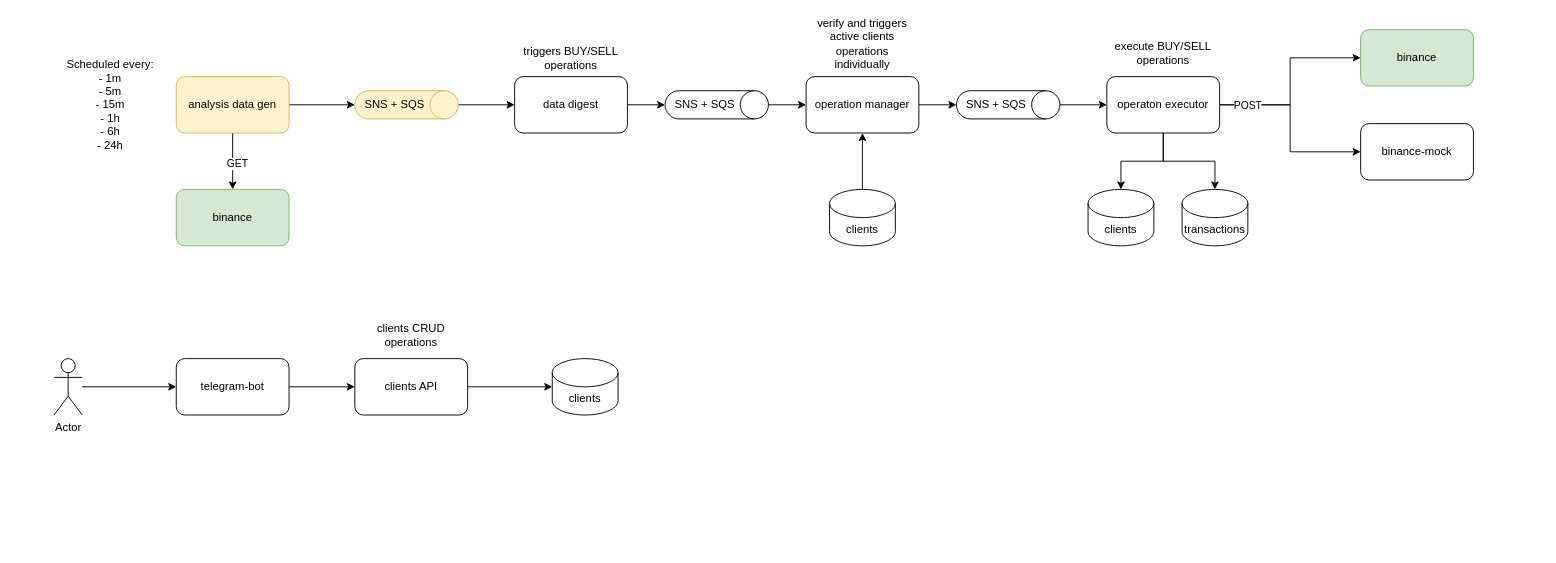
Earlier version of the draw.io diagram crypto-robot-analysis-generator.drawio (brienze1/crypto-robot-data-analysis-gen). Source tidied: cells renumbered, new cells numbered last; positions are measured from the earlier drawing's top-left corner, leaving out a move shared by most shapes. Both pictures are drawn from the tidied source at 94%, with x=0, y=0 at pixel (16, 29).
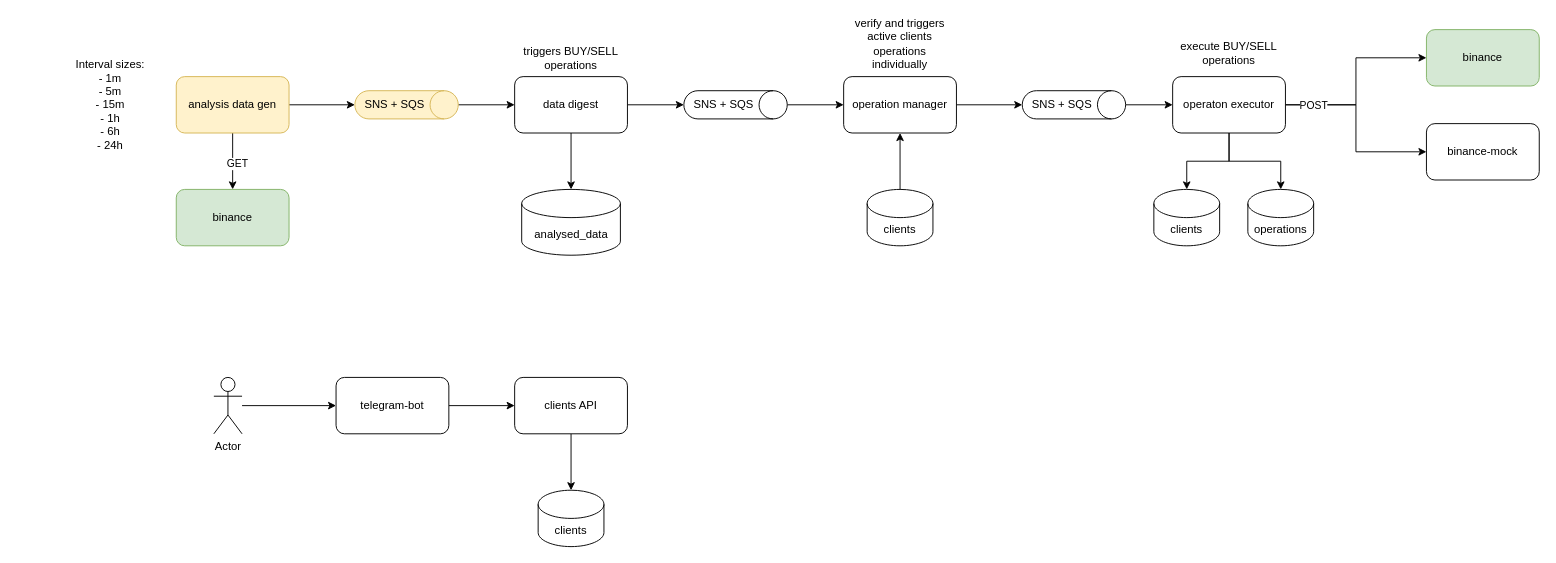
Above is the later version.

Unchanged cells that the change refers to:
```xml
<mxCell id="9" value="data digest" style="rounded=1;whiteSpace=wrap;html=1;" parent="1" vertex="1">
  <mxGeometry x="530" y="50" width="120" height="60" as="geometry" />
</mxCell>
```

Diff of the diagram source:
```diff
@@
     <mxCell id="6" value="binance" style="rounded=1;whiteSpace=wrap;html=1;fillColor=#d5e8d4;strokeColor=#82b366;" parent="1" vertex="1">
-      <mxGeometry x="1430" width="120" height="60" as="geometry" />
+      <mxGeometry x="1500" width="120" height="60" as="geometry" />
     </mxCell>
     <mxCell id="7" value="binance-mock" style="rounded=1;whiteSpace=wrap;html=1;" parent="1" vertex="1">
-      <mxGeometry x="1430" y="100" width="120" height="60" as="geometry" />
+      <mxGeometry x="1500" y="100" width="120" height="60" as="geometry" />
     </mxCell>
+    <mxCell id="41" style="edgeStyle=orthogonalEdgeStyle;rounded=0;jettySize=auto;html=1;entryX=0.5;entryY=0;entryDx=0;entryDy=0;entryPerimeter=0;" parent="1" edge="1" source="9" target="42">
+      <mxGeometry relative="1" as="geometry" />
+    </mxCell>
-    <mxCell id="8" style="edgeStyle=orthogonalEdgeStyle;rounded=0;jettySize=auto;html=1;" parent="1" edge="1" source="9" target="26">
+    <mxCell id="8" style="edgeStyle=orthogonalEdgeStyle;rounded=0;jettySize=auto;html=1;entryX=0.5;entryY=1;entryDx=0;entryDy=0;entryPerimeter=0;" parent="1" edge="1" source="9" target="26">
       <mxGeometry relative="1" as="geometry" />
     </mxCell>
@@
-    <mxCell id="11" style="edgeStyle=orthogonalEdgeStyle;rounded=0;jettySize=auto;html=1;" parent="1" edge="1" source="12" target="24">
+    <mxCell id="11" style="edgeStyle=orthogonalEdgeStyle;rounded=0;jettySize=auto;html=1;entryX=0.5;entryY=1;entryDx=0;entryDy=0;entryPerimeter=0;" parent="1" edge="1" source="12" target="24">
       <mxGeometry relative="1" as="geometry" />
     </mxCell>
     <mxCell id="12" value="operation manager" style="rounded=1;whiteSpace=wrap;html=1;" parent="1" vertex="1">
-      <mxGeometry x="840" y="50" width="120" height="60" as="geometry" />
+      <mxGeometry x="880" y="50" width="120" height="60" as="geometry" />
     </mxCell>
     <mxCell id="13" value="verify and triggers active clients operations individually" style="text;html=1;strokeColor=none;fillColor=none;align=center;verticalAlign=middle;whiteSpace=wrap;rounded=0;" parent="1" vertex="1">
-      <mxGeometry x="840" width="120" height="30" as="geometry" />
+      <mxGeometry x="880" width="120" height="30" as="geometry" />
     </mxCell>
@@
     <mxCell id="15" value="clients" style="shape=cylinder3;whiteSpace=wrap;html=1;boundedLbl=1;backgroundOutline=1;size=15;" parent="1" vertex="1">
-      <mxGeometry x="865" y="170" width="70" height="60" as="geometry" />
+      <mxGeometry x="905" y="170" width="70" height="60" as="geometry" />
     </mxCell>
@@
     <mxCell id="21" value="operaton executor" style="rounded=1;whiteSpace=wrap;html=1;" parent="1" vertex="1">
-      <mxGeometry x="1160" y="50" width="120" height="60" as="geometry" />
+      <mxGeometry x="1230" y="50" width="120" height="60" as="geometry" />
     </mxCell>
     <mxCell id="22" value="execute BUY/SELL operations" style="text;html=1;strokeColor=none;fillColor=none;align=center;verticalAlign=middle;whiteSpace=wrap;rounded=0;" parent="1" vertex="1">
-      <mxGeometry x="1160" y="10" width="120" height="30" as="geometry" />
+      <mxGeometry x="1230" y="10" width="120" height="30" as="geometry" />
     </mxCell>
@@
     <mxCell id="24" value="SNS + SQS" style="shape=cylinder3;whiteSpace=wrap;html=1;boundedLbl=1;backgroundOutline=1;size=15;direction=south;" parent="1" vertex="1">
-      <mxGeometry x="1000" y="65" width="110" height="30" as="geometry" />
+      <mxGeometry x="1070" y="65" width="110" height="30" as="geometry" />
     </mxCell>
@@
     <mxCell id="26" value="SNS + SQS" style="shape=cylinder3;whiteSpace=wrap;html=1;boundedLbl=1;backgroundOutline=1;size=15;direction=south;" parent="1" vertex="1">
-      <mxGeometry x="690" y="65" width="110" height="30" as="geometry" />
+      <mxGeometry x="710" y="65" width="110" height="30" as="geometry" />
     </mxCell>
@@
-    <mxCell id="30" value="Scheduled every:&lt;br&gt;- 1m&lt;br&gt;- 5m&lt;br&gt;- 15m&lt;br&gt;- 1h&lt;br&gt;- 6h&lt;br&gt;- 24h" style="text;html=1;strokeColor=none;fillColor=none;align=center;verticalAlign=middle;whiteSpace=wrap;rounded=0;" parent="1" vertex="1">
+    <mxCell id="30" value="Interval sizes:&lt;br&gt;- 1m&lt;br&gt;- 5m&lt;br&gt;- 15m&lt;br&gt;- 1h&lt;br&gt;- 6h&lt;br&gt;- 24h" style="text;html=1;strokeColor=none;fillColor=none;align=center;verticalAlign=middle;whiteSpace=wrap;rounded=0;" parent="1" vertex="1">
       <mxGeometry y="22.5" width="200" height="115" as="geometry" />
     </mxCell>
     <mxCell id="31" value="clients" style="shape=cylinder3;whiteSpace=wrap;html=1;boundedLbl=1;backgroundOutline=1;size=15;" parent="1" vertex="1">
-      <mxGeometry x="1140" y="170" width="70" height="60" as="geometry" />
+      <mxGeometry x="1210" y="170" width="70" height="60" as="geometry" />
     </mxCell>
-    <mxCell id="32" value="transactions" style="shape=cylinder3;whiteSpace=wrap;html=1;boundedLbl=1;backgroundOutline=1;size=15;" parent="1" vertex="1">
-      <mxGeometry x="1240" y="170" width="70" height="60" as="geometry" />
+    <mxCell id="32" value="operations" style="shape=cylinder3;whiteSpace=wrap;html=1;boundedLbl=1;backgroundOutline=1;size=15;" parent="1" vertex="1">
+      <mxGeometry x="1310" y="170" width="70" height="60" as="geometry" />
     </mxCell>
@@
     <mxCell id="34" value="clients API" style="rounded=1;whiteSpace=wrap;html=1;" parent="1" vertex="1">
-      <mxGeometry x="360" y="350" width="120" height="60" as="geometry" />
+      <mxGeometry x="530" y="370" width="120" height="60" as="geometry" />
     </mxCell>
     <mxCell id="35" value="clients" style="shape=cylinder3;whiteSpace=wrap;html=1;boundedLbl=1;backgroundOutline=1;size=15;" parent="1" vertex="1">
-      <mxGeometry x="570" y="350" width="70" height="60" as="geometry" />
+      <mxGeometry x="555" y="490" width="70" height="60" as="geometry" />
     </mxCell>
-    <mxCell id="36" value="clients CRUD operations" style="text;html=1;strokeColor=none;fillColor=none;align=center;verticalAlign=middle;whiteSpace=wrap;rounded=0;" parent="1" vertex="1">
-      <mxGeometry x="360" y="310" width="120" height="30" as="geometry" />
-    </mxCell>
@@
     <mxCell id="38" value="telegram-bot" style="rounded=1;whiteSpace=wrap;html=1;" parent="1" vertex="1">
-      <mxGeometry x="170" y="350" width="120" height="60" as="geometry" />
+      <mxGeometry x="340" y="370" width="120" height="60" as="geometry" />
     </mxCell>
@@
     <mxCell id="40" value="Actor" style="shape=umlActor;verticalLabelPosition=bottom;verticalAlign=top;html=1;outlineConnect=0;" parent="1" vertex="1">
-      <mxGeometry x="40" y="350" width="30" height="60" as="geometry" />
+      <mxGeometry x="210" y="370" width="30" height="60" as="geometry" />
     </mxCell>
+    <mxCell id="42" value="analysed_data" style="shape=cylinder3;whiteSpace=wrap;html=1;boundedLbl=1;backgroundOutline=1;size=15;" parent="1" vertex="1">
+      <mxGeometry x="537.5" y="170" width="105" height="70" as="geometry" />
+    </mxCell>
```
